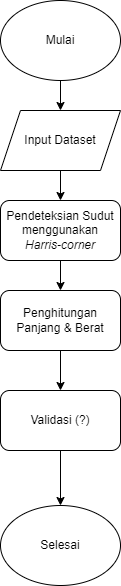
The draw.io diagram docs/latex_source/gambar/Flowchar Penetianv2.png in PrabowoD/Skripsi, before a commit. Source tidied: cells renumbered, new cells last; positions are measured from the earlier drawing's top-left corner, leaving out a move shared by most shapes.
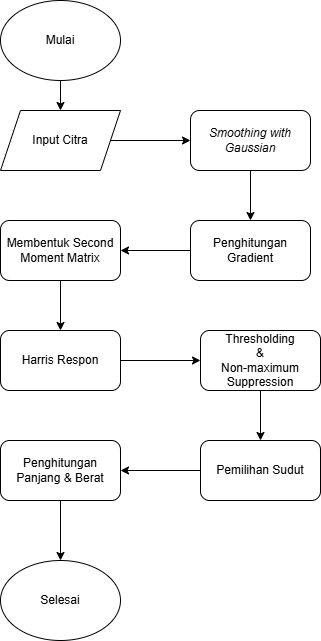
The same file after the commit.

The edit, as a diff of the source:
```diff
@@ -11,29 +11,53 @@
     <mxCell id="4" style="edgeStyle=orthogonalEdgeStyle;rounded=0;jettySize=auto;html=1;" parent="1" edge="1" source="5" target="7">
       <mxGeometry relative="1" as="geometry" />
     </mxCell>
-    <mxCell id="5" value="Input Dataset" style="shape=parallelogram;perimeter=parallelogramPerimeter;whiteSpace=wrap;html=1;fixedSize=1;" parent="1" vertex="1">
+    <mxCell id="5" value="Input Citra" style="shape=parallelogram;perimeter=parallelogramPerimeter;whiteSpace=wrap;html=1;fixedSize=1;" parent="1" vertex="1">
       <mxGeometry y="110" width="120" height="60" as="geometry" />
     </mxCell>
     <mxCell id="6" style="edgeStyle=orthogonalEdgeStyle;rounded=0;jettySize=auto;html=1;" parent="1" edge="1" source="7" target="9">
       <mxGeometry relative="1" as="geometry" />
     </mxCell>
-    <mxCell id="7" value="Pendeteksian Sudut&lt;br&gt;menggunakan&lt;br&gt;&lt;i&gt;Harris-corner&lt;br&gt;&lt;/i&gt;" style="rounded=1;whiteSpace=wrap;html=1;" parent="1" vertex="1">
-      <mxGeometry y="200" width="120" height="60" as="geometry" />
+    <mxCell id="7" value="&lt;i&gt;Smoothing with Gaussian&lt;/i&gt;" style="rounded=1;whiteSpace=wrap;html=1;" parent="1" vertex="1">
+      <mxGeometry x="190" y="110" width="120" height="60" as="geometry" />
     </mxCell>
-    <mxCell id="8" style="edgeStyle=orthogonalEdgeStyle;rounded=0;jettySize=auto;html=1;" parent="1" edge="1" source="9" target="11">
-      <mxGeometry relative="1" as="geometry" />
-    </mxCell>
+    <mxCell id="13" style="edgeStyle=orthogonalEdgeStyle;rounded=0;jettySize=auto;html=1;" parent="1" edge="1" source="9" target="15">
+      <mxGeometry relative="1" as="geometry" />
+    </mxCell>
-    <mxCell id="9" value="Penghitungan&lt;br&gt;Panjang &amp;amp; Berat" style="whiteSpace=wrap;html=1;rounded=1;" parent="1" vertex="1">
-      <mxGeometry y="290" width="120" height="60" as="geometry" />
+    <mxCell id="9" value="Penghitungan&lt;br&gt;Gradient" style="whiteSpace=wrap;html=1;rounded=1;" parent="1" vertex="1">
+      <mxGeometry x="190" y="220" width="120" height="60" as="geometry" />
     </mxCell>
-    <mxCell id="10" style="edgeStyle=orthogonalEdgeStyle;rounded=0;jettySize=auto;html=1;entryX=0.5;entryY=0;entryDx=0;entryDy=0;" parent="1" edge="1" source="11" target="12">
-      <mxGeometry relative="1" as="geometry" />
-    </mxCell>
-    <mxCell id="11" value="Validasi (?)" style="whiteSpace=wrap;html=1;rounded=1;" parent="1" vertex="1">
-      <mxGeometry y="390" width="120" height="60" as="geometry" />
-    </mxCell>
+    <mxCell id="14" style="edgeStyle=orthogonalEdgeStyle;rounded=0;jettySize=auto;html=1;" parent="1" edge="1" source="15" target="17">
+      <mxGeometry relative="1" as="geometry" />
+    </mxCell>
+    <mxCell id="15" value="Membentuk Second&lt;br&gt;Moment Matrix" style="whiteSpace=wrap;html=1;rounded=1;" parent="1" vertex="1">
+      <mxGeometry y="220" width="120" height="60" as="geometry" />
+    </mxCell>
+    <mxCell id="16" style="edgeStyle=orthogonalEdgeStyle;rounded=0;jettySize=auto;html=1;" parent="1" edge="1" source="17" target="19">
+      <mxGeometry relative="1" as="geometry" />
+    </mxCell>
+    <mxCell id="17" value="Harris Respon" style="whiteSpace=wrap;html=1;rounded=1;" parent="1" vertex="1">
+      <mxGeometry y="330" width="120" height="60" as="geometry" />
+    </mxCell>
+    <mxCell id="18" style="edgeStyle=orthogonalEdgeStyle;rounded=0;jettySize=auto;html=1;" parent="1" edge="1" source="19" target="21">
+      <mxGeometry relative="1" as="geometry" />
+    </mxCell>
+    <mxCell id="19" value="Thresholding&lt;br&gt;&amp;amp;&lt;br&gt;Non-maximum Suppression" style="whiteSpace=wrap;html=1;rounded=1;" parent="1" vertex="1">
+      <mxGeometry x="200" y="330" width="120" height="60" as="geometry" />
+    </mxCell>
+    <mxCell id="20" style="edgeStyle=orthogonalEdgeStyle;rounded=0;jettySize=auto;html=1;" parent="1" edge="1" source="21" target="23">
+      <mxGeometry relative="1" as="geometry" />
+    </mxCell>
+    <mxCell id="21" value="Pemilihan Sudut" style="whiteSpace=wrap;html=1;rounded=1;" parent="1" vertex="1">
+      <mxGeometry x="200" y="440" width="120" height="60" as="geometry" />
+    </mxCell>
+    <mxCell id="22" style="edgeStyle=orthogonalEdgeStyle;rounded=0;jettySize=auto;html=1;" parent="1" edge="1" source="23" target="12">
+      <mxGeometry relative="1" as="geometry" />
+    </mxCell>
+    <mxCell id="23" value="Penghitungan&lt;br&gt;Panjang &amp;amp; Berat" style="whiteSpace=wrap;html=1;rounded=1;" parent="1" vertex="1">
+      <mxGeometry y="440" width="120" height="60" as="geometry" />
+    </mxCell>
-    <mxCell id="12" value="Selesai" style="ellipse;whiteSpace=wrap;html=1;" parent="1" vertex="1">
-      <mxGeometry y="505" width="120" height="80" as="geometry" />
+    <mxCell id="12" value="Selesai" style="ellipse;whiteSpace=wrap;html=1;rounded=1;" parent="1" vertex="1">
+      <mxGeometry y="560" width="120" height="80" as="geometry" />
     </mxCell>
   </root>
 </mxGraphModel>
```
